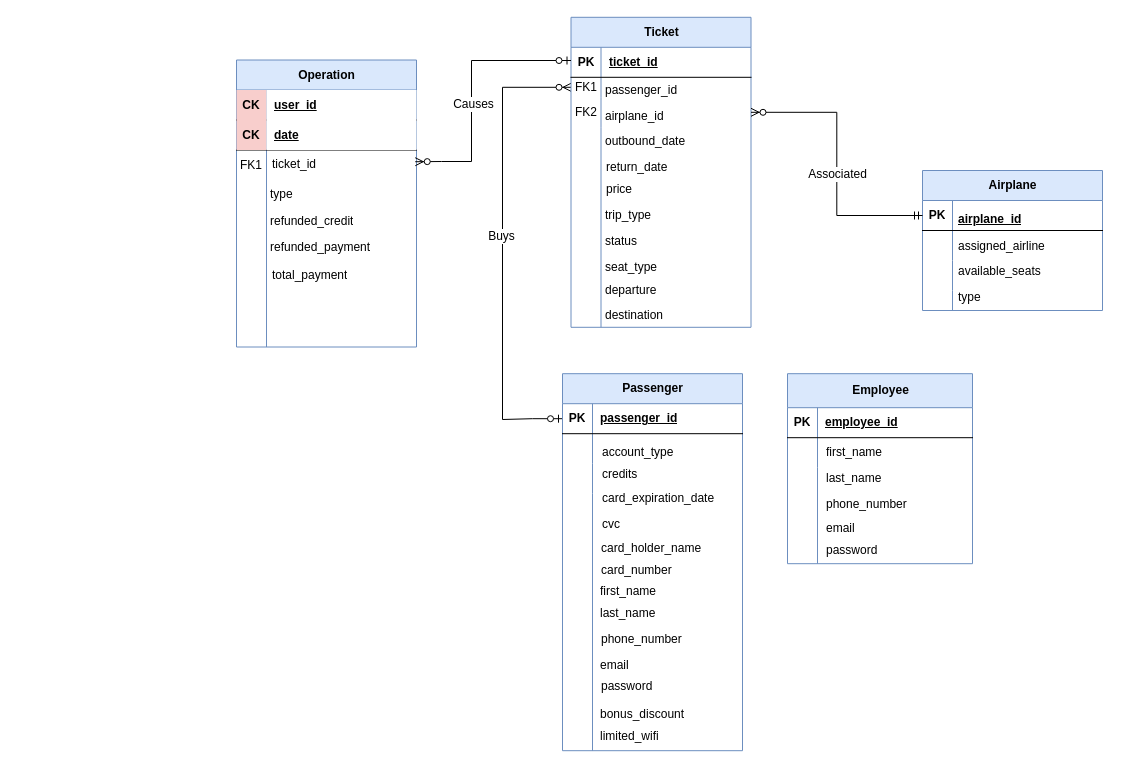
The draw.io diagram doc/ERD_Finale(2).drawio in Ibrahimelz/PatternsProject, before the edit. Source tidied: cells renumbered, new cells numbered last; positions are measured from the earlier drawing's top-left corner, leaving out a move shared by most shapes. Both pictures are drawn from the tidied source at 100%, with x=0, y=0 at pixel (236, 9).
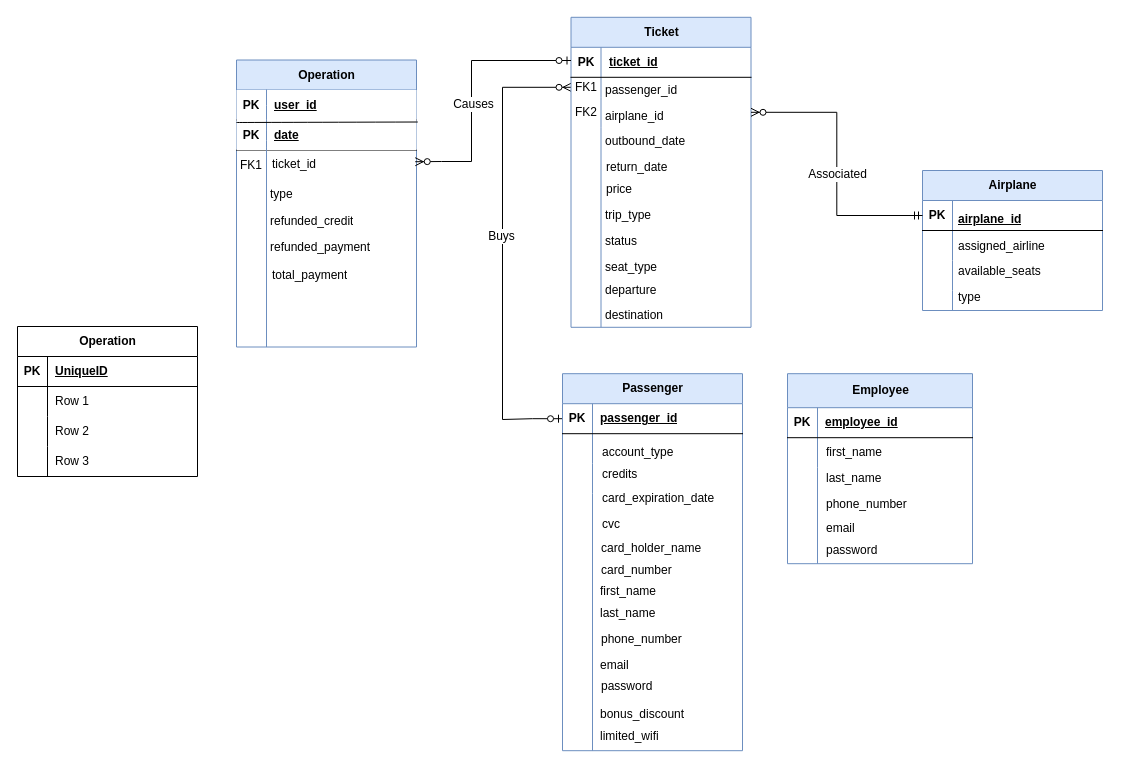
After the change.

Unchanged cells that the change refers to:
```xml
<mxCell id="5" style="shape=tableRow;horizontal=0;startSize=0;swimlaneHead=0;swimlaneBody=0;fillColor=none;top=0;left=0;right=0;bottom=1;" parent="4" vertex="1">
  <mxGeometry y="30" width="180" height="30" as="geometry" />
</mxCell>
<mxCell id="8" style="shape=tableRow;horizontal=0;startSize=0;swimlaneHead=0;swimlaneBody=0;fillColor=none;points=[[0,0.5],[1,0.5]];portConstraint=eastwest;top=0;left=0;right=0;bottom=1;" parent="4" vertex="1">
  <mxGeometry y="60" width="180" height="30" as="geometry" />
</mxCell>
```

Change to the diagram source:
```diff
@@
-    <mxCell id="6" value="CK" style="shape=partialRectangle;fillColor=#f8cecc;top=0;left=0;bottom=0;right=0;fontStyle=1;overflow=hidden;whiteSpace=wrap;html=1;strokeColor=#b85450;" parent="5" vertex="1">
+    <mxCell id="6" value="PK" style="shape=partialRectangle;top=0;left=0;bottom=0;right=0;fontStyle=1;overflow=hidden;whiteSpace=wrap;html=1;labelBackgroundColor=none;gradientColor=none;fillStyle=solid;strokeColor=default;" parent="5" vertex="1">
       <mxGeometry width="30" height="30" as="geometry" />
     </mxCell>
@@
-    <mxCell id="9" value="CK" style="shape=partialRectangle;fillColor=#f8cecc;top=0;left=0;bottom=0;right=0;fontStyle=1;overflow=hidden;whiteSpace=wrap;html=1;strokeColor=#b85450;" parent="8" vertex="1">
+    <mxCell id="9" value="PK" style="shape=partialRectangle;top=0;left=0;bottom=0;right=0;fontStyle=1;overflow=hidden;whiteSpace=wrap;html=1;" parent="8" vertex="1">
       <mxGeometry width="30" height="30" as="geometry" />
     </mxCell>
@@
+    <mxCell id="113" value="Operation" style="shape=table;startSize=30;childLayout=tableLayout;rowLines=0;fontStyle=1;align=center;html=1;" parent="1" vertex="1">
+      <mxGeometry x="-219" y="317" width="180" height="150" as="geometry" />
+    </mxCell>
+    <mxCell id="114" style="shape=tableRow;horizontal=0;startSize=0;swimlaneHead=0;swimlaneBody=0;fillColor=none;top=0;left=0;right=0;bottom=1;" parent="113" vertex="1">
+      <mxGeometry y="30" width="180" height="30" as="geometry" />
+    </mxCell>
+    <mxCell id="115" value="PK" style="shape=partialRectangle;fillColor=none;top=0;left=0;bottom=0;right=0;fontStyle=1;overflow=hidden;whiteSpace=wrap;html=1;" parent="114" vertex="1">
+      <mxGeometry width="30" height="30" as="geometry" />
+    </mxCell>
+    <mxCell id="116" value="UniqueID" style="shape=partialRectangle;fillColor=none;top=0;left=0;bottom=0;right=0;align=left;spacingLeft=6;fontStyle=5;overflow=hidden;whiteSpace=wrap;html=1;" parent="114" vertex="1">
+      <mxGeometry x="30" width="150" height="30" as="geometry" />
+    </mxCell>
+    <mxCell id="117" style="shape=tableRow;horizontal=0;startSize=0;swimlaneHead=0;swimlaneBody=0;fillColor=none;top=0;left=0;right=0;bottom=0;" parent="113" vertex="1">
+      <mxGeometry y="60" width="180" height="30" as="geometry" />
+    </mxCell>
+    <mxCell id="118" style="shape=partialRectangle;fillColor=none;top=0;left=0;bottom=0;right=0;overflow=hidden;whiteSpace=wrap;html=1;" parent="117" vertex="1">
+      <mxGeometry width="30" height="30" as="geometry" />
+    </mxCell>
+    <mxCell id="119" value="Row 1" style="shape=partialRectangle;fillColor=none;top=0;left=0;bottom=0;right=0;align=left;spacingLeft=6;overflow=hidden;whiteSpace=wrap;html=1;" parent="117" vertex="1">
+      <mxGeometry x="30" width="150" height="30" as="geometry" />
+    </mxCell>
+    <mxCell id="120" style="shape=tableRow;horizontal=0;startSize=0;swimlaneHead=0;swimlaneBody=0;fillColor=none;top=0;left=0;right=0;bottom=0;" parent="113" vertex="1">
+      <mxGeometry y="90" width="180" height="30" as="geometry" />
+    </mxCell>
+    <mxCell id="121" style="shape=partialRectangle;fillColor=none;top=0;left=0;bottom=0;right=0;overflow=hidden;whiteSpace=wrap;html=1;" parent="120" vertex="1">
+      <mxGeometry width="30" height="30" as="geometry" />
+    </mxCell>
+    <mxCell id="122" value="Row 2" style="shape=partialRectangle;fillColor=none;top=0;left=0;bottom=0;right=0;align=left;spacingLeft=6;overflow=hidden;whiteSpace=wrap;html=1;" parent="120" vertex="1">
+      <mxGeometry x="30" width="150" height="30" as="geometry" />
+    </mxCell>
+    <mxCell id="123" style="shape=tableRow;horizontal=0;startSize=0;swimlaneHead=0;swimlaneBody=0;fillColor=none;top=0;left=0;right=0;bottom=0;" parent="113" vertex="1">
+      <mxGeometry y="120" width="180" height="30" as="geometry" />
+    </mxCell>
+    <mxCell id="124" style="shape=partialRectangle;fillColor=none;top=0;left=0;bottom=0;right=0;overflow=hidden;whiteSpace=wrap;html=1;" parent="123" vertex="1">
+      <mxGeometry width="30" height="30" as="geometry" />
+    </mxCell>
+    <mxCell id="125" value="Row 3" style="shape=partialRectangle;fillColor=none;top=0;left=0;bottom=0;right=0;align=left;spacingLeft=6;overflow=hidden;whiteSpace=wrap;html=1;" parent="123" vertex="1">
+      <mxGeometry x="30" width="150" height="30" as="geometry" />
+    </mxCell>
+    <mxCell id="126" style="endArrow=none;html=1;rounded=0;fontSize=12;startSize=8;endSize=8;curved=1;strokeColor=#6C8EBF;" parent="1" edge="1">
+      <mxGeometry relative="1" as="geometry">
+        <mxPoint x="30" y="148" as="sourcePoint" />
+        <mxPoint x="30" y="80" as="targetPoint" />
+      </mxGeometry>
+    </mxCell>
+    <mxCell id="127" style="endArrow=none;html=1;rounded=0;fontSize=12;startSize=8;endSize=8;curved=1;entryX=1.007;entryY=0.067;entryDx=0;entryDy=0;entryPerimeter=0;" parent="1" edge="1" target="8">
+      <mxGeometry relative="1" as="geometry">
+        <mxPoint y="113" as="sourcePoint" />
+      </mxGeometry>
+    </mxCell>
```
